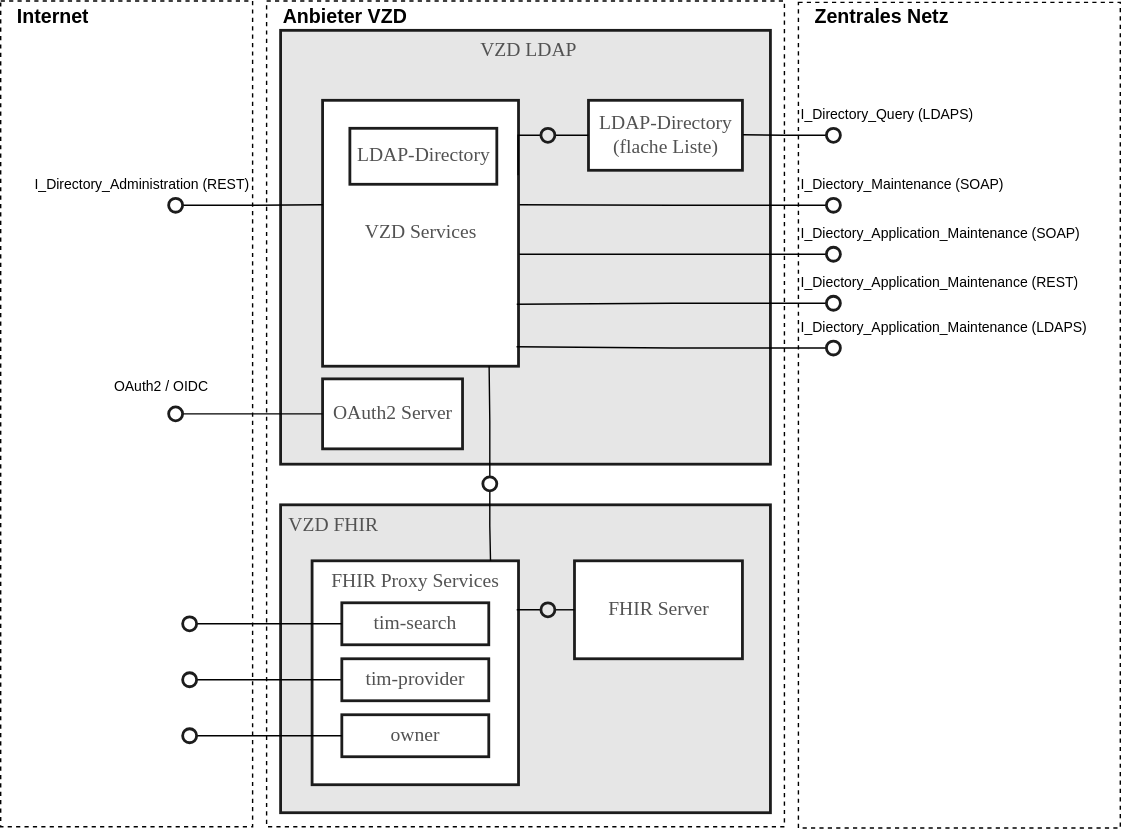
Above: images/VZD_Architektur.svg in gematik/api-vzd (draw.io), before the change. Source tidied: cells renumbered, new cells last; positions are measured from the earlier drawing's top-left corner, leaving out a move shared by most shapes.
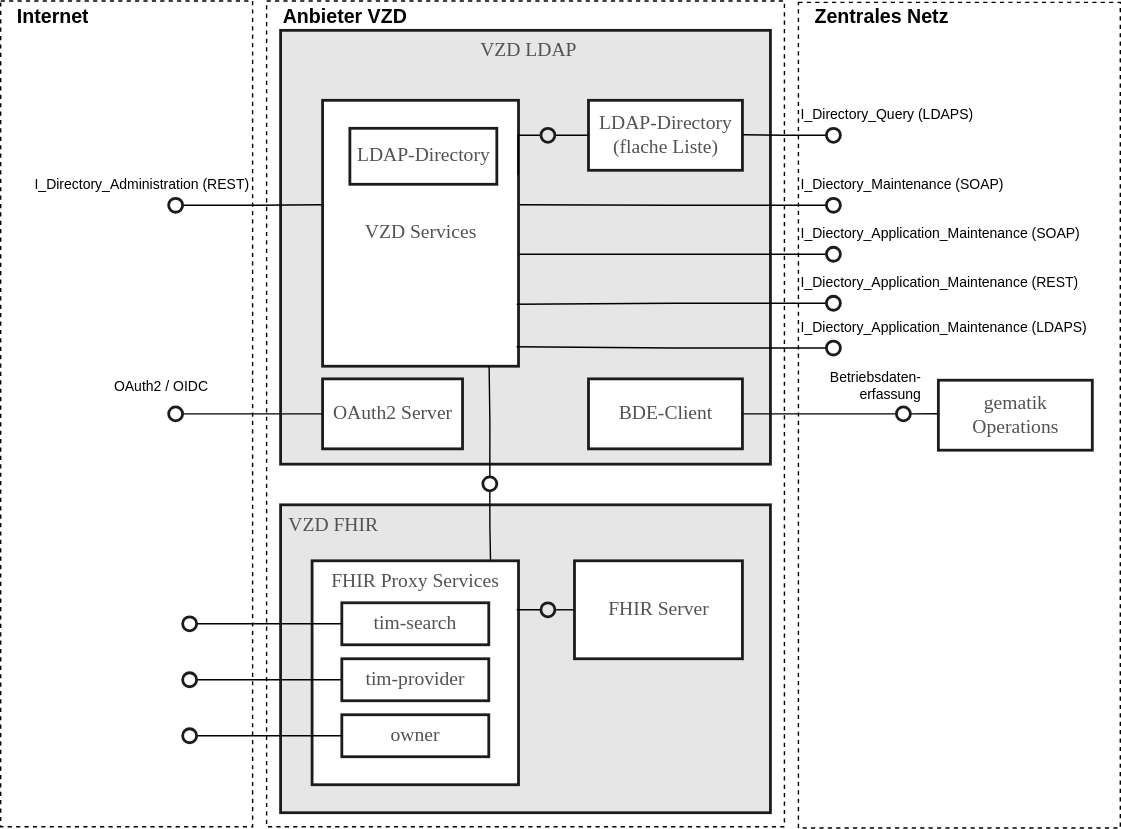
After the commit.

What changed in the source:
```diff
@@ -2,6 +2,9 @@
   <root>
     <mxCell id="0" />
     <mxCell id="1" parent="0" />
+    <mxCell id="52" style="rounded=0;whiteSpace=wrap;html=1;fillColor=none;dashed=1;" parent="1" vertex="1">
+      <mxGeometry x="570" y="1" width="230" height="590" as="geometry" />
+    </mxCell>
     <mxCell id="2" style="rounded=0;whiteSpace=wrap;html=1;fillColor=none;dashed=1;" parent="1" vertex="1">
       <mxGeometry width="180" height="590" as="geometry" />
     </mxCell>
@@ -156,14 +159,29 @@
     <mxCell id="51" value="Anbieter VZD" style="text;html=1;strokeColor=none;fillColor=none;align=left;verticalAlign=middle;whiteSpace=wrap;overflow=hidden;fontFamily=Helvetica;fontSize=14;fontColor=#000000;fontStyle=1;" parent="1" vertex="1">
       <mxGeometry x="200" width="120" height="20" as="geometry" />
     </mxCell>
-    <mxCell id="52" style="rounded=0;whiteSpace=wrap;html=1;fillColor=none;dashed=1;" parent="1" vertex="1">
-      <mxGeometry x="570" y="1" width="230" height="590" as="geometry" />
-    </mxCell>
     <mxCell id="53" value="Internet" style="text;html=1;strokeColor=none;fillColor=none;align=left;verticalAlign=middle;whiteSpace=wrap;overflow=hidden;fontFamily=Helvetica;fontSize=14;fontColor=#000000;fontStyle=1;" parent="1" vertex="1">
       <mxGeometry x="10" width="120" height="20" as="geometry" />
     </mxCell>
     <mxCell id="54" value="Zentrales Netz" style="text;html=1;strokeColor=none;fillColor=none;align=left;verticalAlign=middle;whiteSpace=wrap;overflow=hidden;fontFamily=Helvetica;fontSize=14;fontColor=#000000;fontStyle=1;" parent="1" vertex="1">
       <mxGeometry x="580" width="120" height="20" as="geometry" />
     </mxCell>
+    <mxCell id="55" style="edgeStyle=orthogonalEdgeStyle;rounded=0;jettySize=auto;html=1;exitX=1;exitY=0.5;exitDx=0;exitDy=0;entryX=0;entryY=0.5;entryDx=0;entryDy=0;endArrow=none;endFill=0;" parent="1" edge="1" source="56" target="59">
+      <mxGeometry relative="1" as="geometry" />
+    </mxCell>
+    <mxCell id="56" value="BDE-Client" style="html=1;strokeColor=#1C1C1C;fillColor=#ffffff;fontFamily=Tahoma;fontSize=14;fontColor=#525252;align=center;strokeWidth=2;" parent="1" vertex="1">
+      <mxGeometry x="420" y="270" width="110" height="50" as="geometry" />
+    </mxCell>
+    <mxCell id="57" value="gematik&lt;br&gt;Operations" style="html=1;strokeColor=#1C1C1C;fillColor=#ffffff;fontFamily=Tahoma;fontSize=14;fontColor=#525252;align=center;strokeWidth=2;" parent="1" vertex="1">
+      <mxGeometry x="670" y="271" width="110" height="50" as="geometry" />
+    </mxCell>
+    <mxCell id="58" style="edgeStyle=orthogonalEdgeStyle;rounded=0;jettySize=auto;html=1;exitX=1;exitY=0.5;exitDx=0;exitDy=0;entryX=0;entryY=0.471;entryDx=0;entryDy=0;entryPerimeter=0;endArrow=none;endFill=0;" parent="1" edge="1" source="59" target="57">
+      <mxGeometry relative="1" as="geometry" />
+    </mxCell>
+    <mxCell id="59" style="ellipse;whiteSpace=wrap;html=1;strokeColor=#1C1C1C;fillColor=none;fontFamily=Tahoma;fontSize=14;fontColor=#525252;align=center;strokeWidth=2;" parent="1" vertex="1">
+      <mxGeometry x="640" y="290" width="10" height="10" as="geometry" />
+    </mxCell>
+    <mxCell id="60" value="&lt;span style=&quot;font-weight: normal&quot;&gt;Betriebsdaten- erfassung&lt;/span&gt;" style="text;html=1;strokeColor=none;fillColor=none;align=right;verticalAlign=middle;whiteSpace=wrap;overflow=hidden;fontFamily=Helvetica;fontSize=10;fontColor=#000000;fontStyle=1;" parent="1" vertex="1">
+      <mxGeometry x="580" y="260" width="80" height="30" as="geometry" />
+    </mxCell>
   </root>
 </mxGraphModel>
```
